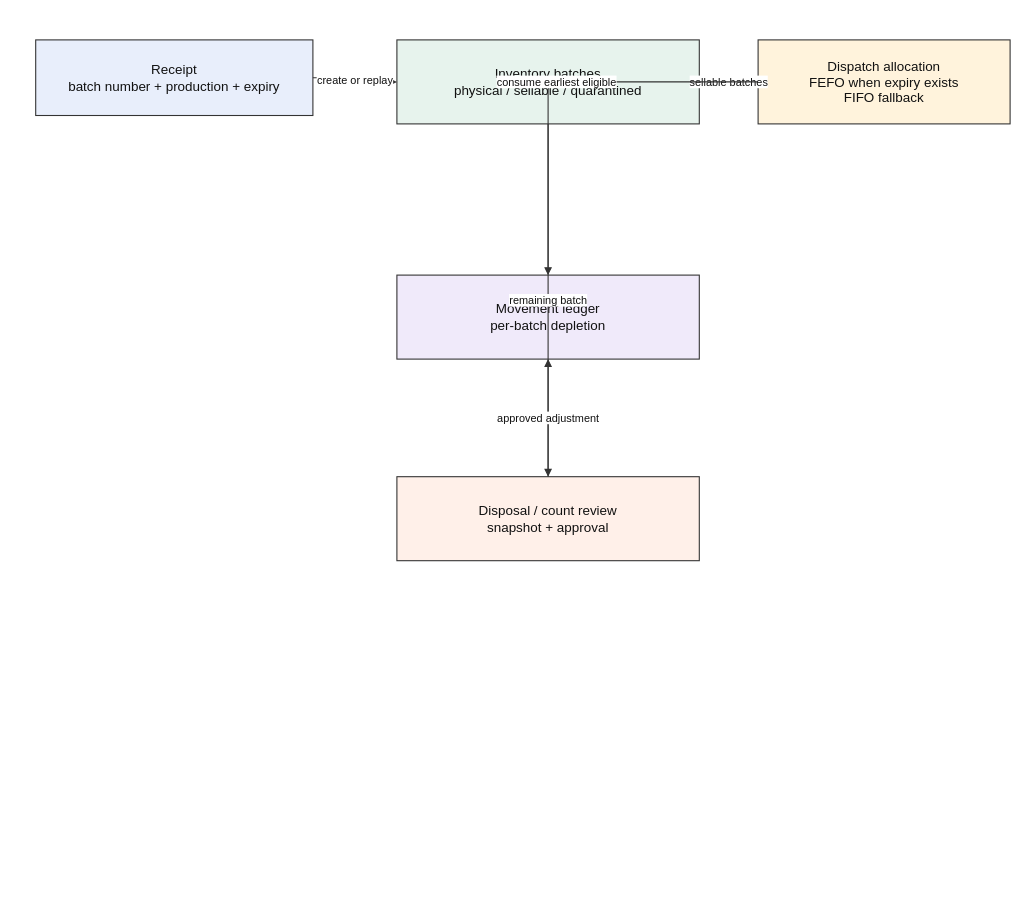
The draw.io diagram thesis/figure-assets/diagrams/27-batch-fefo.drawio in ZeroRegister/SupermarketsSystem, before the edit. Source tidied: cells renumbered, new cells numbered last; positions are measured from the earlier drawing's top-left corner, leaving out a move shared by most shapes. Both pictures are drawn from the tidied source at 84%, with x=0, y=0 at pixel (35, 39).
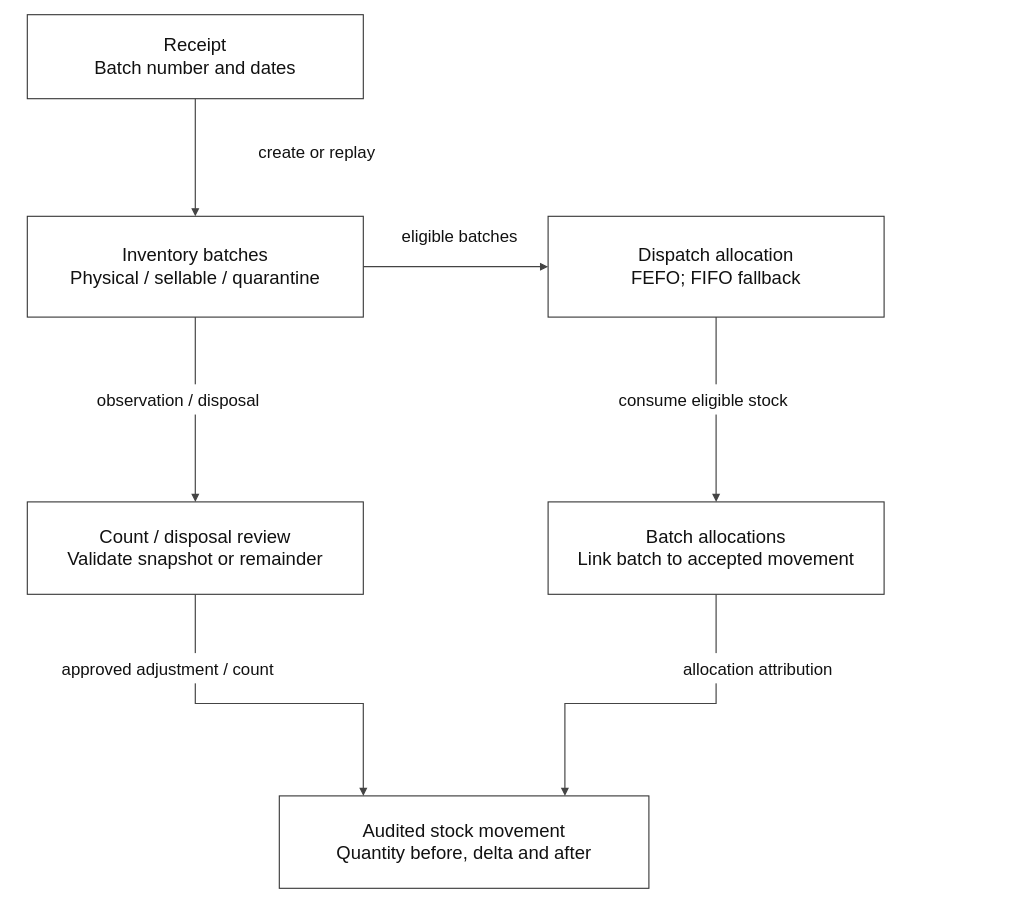
The same diagram, later.

Diff of the diagram source:
```diff
@@
-    <mxCell id="2" value="Receipt&#10;batch number + production + expiry" style="whiteSpace=wrap;html=1;fontFamily=Arial;fontSize=16;fontColor=#111111;strokeColor=#333333;strokeWidth=1.3;rounded=0;fillColor=#ffffff;fillColor=#e8eefb;" parent="1" vertex="1">
-      <mxGeometry width="330" height="90" as="geometry" />
+    <mxCell id="2" value="Receipt&#10;Batch number and dates" style="whiteSpace=wrap;html=1;fontFamily=Arial;fontSize=22;fontColor=#111111;strokeColor=#333333;strokeWidth=1.3;rounded=0;fillColor=#ffffff;fontSize=22;" parent="1" vertex="1">
+      <mxGeometry x="-10" y="-30" width="400" height="100" as="geometry" />
     </mxCell>
-    <mxCell id="3" value="Inventory batches&#10;physical / sellable / quarantined" style="whiteSpace=wrap;html=1;fontFamily=Arial;fontSize=16;fontColor=#111111;strokeColor=#333333;strokeWidth=1.3;rounded=0;fillColor=#ffffff;fillColor=#e7f3ed;" parent="1" vertex="1">
-      <mxGeometry x="430" width="360" height="100" as="geometry" />
+    <mxCell id="3" value="Inventory batches&#10;Physical / sellable / quarantine" style="whiteSpace=wrap;html=1;fontFamily=Arial;fontSize=22;fontColor=#111111;strokeColor=#333333;strokeWidth=1.3;rounded=0;fillColor=#ffffff;fontSize=22;" parent="1" vertex="1">
+      <mxGeometry x="-10" y="210" width="400" height="120" as="geometry" />
     </mxCell>
-    <mxCell id="4" value="Dispatch allocation&#10;FEFO when expiry exists&#10;FIFO fallback" style="whiteSpace=wrap;html=1;fontFamily=Arial;fontSize=16;fontColor=#111111;strokeColor=#333333;strokeWidth=1.3;rounded=0;fillColor=#ffffff;fillColor=#fff3dc;" parent="1" vertex="1">
-      <mxGeometry x="860" width="300" height="100" as="geometry" />
+    <mxCell id="4" value="Dispatch allocation&#10;FEFO; FIFO fallback" style="whiteSpace=wrap;html=1;fontFamily=Arial;fontSize=22;fontColor=#111111;strokeColor=#333333;strokeWidth=1.3;rounded=0;fillColor=#ffffff;fontSize=22;" parent="1" vertex="1">
+      <mxGeometry x="610" y="210" width="400" height="120" as="geometry" />
     </mxCell>
-    <mxCell id="5" value="Movement ledger&#10;per-batch depletion" style="whiteSpace=wrap;html=1;fontFamily=Arial;fontSize=16;fontColor=#111111;strokeColor=#333333;strokeWidth=1.3;rounded=0;fillColor=#ffffff;fillColor=#f0eafa;" parent="1" vertex="1">
-      <mxGeometry x="430" y="280" width="360" height="100" as="geometry" />
+    <mxCell id="5" value="Batch allocations&#10;Link batch to accepted movement" style="whiteSpace=wrap;html=1;fontFamily=Arial;fontSize=22;fontColor=#111111;strokeColor=#333333;strokeWidth=1.3;rounded=0;fillColor=#ffffff;fontSize=22;" parent="1" vertex="1">
+      <mxGeometry x="610" y="550" width="400" height="110" as="geometry" />
     </mxCell>
-    <mxCell id="6" value="Disposal / count review&#10;snapshot + approval" style="whiteSpace=wrap;html=1;fontFamily=Arial;fontSize=16;fontColor=#111111;strokeColor=#333333;strokeWidth=1.3;rounded=0;fillColor=#ffffff;fillColor=#fff0e9;" parent="1" vertex="1">
-      <mxGeometry x="430" y="520" width="360" height="100" as="geometry" />
+    <mxCell id="6" value="Count / disposal review&#10;Validate snapshot or remainder" style="whiteSpace=wrap;html=1;fontFamily=Arial;fontSize=22;fontColor=#111111;strokeColor=#333333;strokeWidth=1.3;rounded=0;fillColor=#ffffff;fontSize=22;" parent="1" vertex="1">
+      <mxGeometry x="-10" y="550" width="400" height="110" as="geometry" />
     </mxCell>
-    <mxCell id="7" value="create or replay" style="whiteSpace=wrap;html=1;fontFamily=Arial;fontSize=16;fontColor=#111111;strokeColor=#333333;strokeWidth=1.3;edgeStyle=orthogonalEdgeStyle;rounded=1;jettySize=auto;fontSize=13;whiteSpace=nowrap;labelBackgroundColor=#ffffff;endArrow=block;endFill=1;" parent="1" edge="1" source="2" target="3">
-      <mxGeometry relative="1" as="geometry" />
+    <mxCell id="7" value="Audited stock movement&#10;Quantity before, delta and after" style="whiteSpace=wrap;html=1;fontFamily=Arial;fontSize=22;fontColor=#111111;strokeColor=#333333;strokeWidth=1.3;rounded=0;fillColor=#ffffff;fontSize=22;" parent="1" vertex="1">
+      <mxGeometry x="290" y="900" width="440" height="110" as="geometry" />
     </mxCell>
-    <mxCell id="8" value="sellable batches" style="whiteSpace=wrap;html=1;fontFamily=Arial;fontSize=16;fontColor=#111111;strokeColor=#333333;strokeWidth=1.3;edgeStyle=orthogonalEdgeStyle;rounded=1;jettySize=auto;fontSize=13;whiteSpace=nowrap;labelBackgroundColor=#ffffff;endArrow=block;endFill=1;" parent="1" edge="1" source="3" target="4">
-      <mxGeometry relative="1" as="geometry" />
+    <mxCell id="8" style="html=1;rounded=0;strokeColor=#444444;strokeWidth=1.4;endArrow=block;endFill=1;" parent="1" edge="1">
+      <mxGeometry relative="1" as="geometry">
+        <mxPoint x="190" y="70" as="sourcePoint" />
+        <mxPoint x="190" y="210" as="targetPoint" />
+      </mxGeometry>
     </mxCell>
-    <mxCell id="9" value="consume earliest eligible" style="whiteSpace=wrap;html=1;fontFamily=Arial;fontSize=16;fontColor=#111111;strokeColor=#333333;strokeWidth=1.3;edgeStyle=orthogonalEdgeStyle;rounded=1;jettySize=auto;fontSize=13;whiteSpace=nowrap;labelBackgroundColor=#ffffff;endArrow=block;endFill=1;" parent="1" edge="1" source="4" target="5">
-      <mxGeometry relative="1" as="geometry" />
+    <mxCell id="9" value="create or replay" style="whiteSpace=wrap;html=1;fontFamily=Arial;fontSize=22;fontColor=#111111;strokeColor=#333333;strokeWidth=1.3;rounded=0;fillColor=#ffffff;strokeColor=none;fillColor=#ffffff;fontSize=20;fontSize=20;" parent="1" vertex="1">
+      <mxGeometry x="215" y="115" width="240" height="36" as="geometry" />
     </mxCell>
-    <mxCell id="10" value="remaining batch" style="whiteSpace=wrap;html=1;fontFamily=Arial;fontSize=16;fontColor=#111111;strokeColor=#333333;strokeWidth=1.3;edgeStyle=orthogonalEdgeStyle;rounded=1;jettySize=auto;fontSize=13;whiteSpace=nowrap;labelBackgroundColor=#ffffff;endArrow=block;endFill=1;" parent="1" edge="1" source="3" target="6">
-      <mxGeometry relative="1" as="geometry" />
+    <mxCell id="10" style="html=1;rounded=0;strokeColor=#444444;strokeWidth=1.4;endArrow=block;endFill=1;" parent="1" edge="1">
+      <mxGeometry relative="1" as="geometry">
+        <mxPoint x="390" y="270" as="sourcePoint" />
+        <mxPoint x="610" y="270" as="targetPoint" />
+      </mxGeometry>
     </mxCell>
-    <mxCell id="11" value="approved adjustment" style="whiteSpace=wrap;html=1;fontFamily=Arial;fontSize=16;fontColor=#111111;strokeColor=#333333;strokeWidth=1.3;edgeStyle=orthogonalEdgeStyle;rounded=1;jettySize=auto;fontSize=13;whiteSpace=nowrap;labelBackgroundColor=#ffffff;endArrow=block;endFill=1;" parent="1" edge="1" source="6" target="5">
-      <mxGeometry relative="1" as="geometry" />
+    <mxCell id="11" value="eligible batches" style="whiteSpace=wrap;html=1;fontFamily=Arial;fontSize=22;fontColor=#111111;strokeColor=#333333;strokeWidth=1.3;rounded=0;fillColor=#ffffff;strokeColor=none;fillColor=#ffffff;fontSize=20;fontSize=20;" parent="1" vertex="1">
+      <mxGeometry x="405" y="215" width="200" height="36" as="geometry" />
     </mxCell>
+    <mxCell id="12" style="html=1;rounded=0;strokeColor=#444444;strokeWidth=1.4;endArrow=block;endFill=1;" parent="1" edge="1">
+      <mxGeometry relative="1" as="geometry">
+        <mxPoint x="810" y="330" as="sourcePoint" />
+        <mxPoint x="810" y="550" as="targetPoint" />
+      </mxGeometry>
+    </mxCell>
+    <mxCell id="13" value="consume eligible stock" style="whiteSpace=wrap;html=1;fontFamily=Arial;fontSize=22;fontColor=#111111;strokeColor=#333333;strokeWidth=1.3;rounded=0;fillColor=#ffffff;strokeColor=none;fillColor=#ffffff;fontSize=20;fontSize=20;" parent="1" vertex="1">
+      <mxGeometry x="635" y="410" width="320" height="36" as="geometry" />
+    </mxCell>
+    <mxCell id="14" style="html=1;rounded=0;strokeColor=#444444;strokeWidth=1.4;endArrow=block;endFill=1;" parent="1" edge="1">
+      <mxGeometry relative="1" as="geometry">
+        <mxPoint x="190" y="330" as="sourcePoint" />
+        <mxPoint x="190" y="550" as="targetPoint" />
+      </mxGeometry>
+    </mxCell>
+    <mxCell id="15" value="observation / disposal" style="whiteSpace=wrap;html=1;fontFamily=Arial;fontSize=22;fontColor=#111111;strokeColor=#333333;strokeWidth=1.3;rounded=0;fillColor=#ffffff;strokeColor=none;fillColor=#ffffff;fontSize=20;fontSize=20;" parent="1" vertex="1">
+      <mxGeometry x="-5" y="410" width="350" height="36" as="geometry" />
+    </mxCell>
+    <mxCell id="16" style="html=1;rounded=0;strokeColor=#444444;strokeWidth=1.4;endArrow=block;endFill=1;" parent="1" edge="1">
+      <mxGeometry relative="1" as="geometry">
+        <mxPoint x="190" y="660" as="sourcePoint" />
+        <mxPoint x="390" y="900" as="targetPoint" />
+        <Array as="points">
+          <mxPoint x="190" y="790" />
+          <mxPoint x="390" y="790" />
+        </Array>
+      </mxGeometry>
+    </mxCell>
+    <mxCell id="17" value="approved adjustment / count" style="whiteSpace=wrap;html=1;fontFamily=Arial;fontSize=22;fontColor=#111111;strokeColor=#333333;strokeWidth=1.3;rounded=0;fillColor=#ffffff;strokeColor=none;fillColor=#ffffff;fontSize=20;fontSize=20;" parent="1" vertex="1">
+      <mxGeometry x="-25" y="730" width="365" height="36" as="geometry" />
+    </mxCell>
+    <mxCell id="18" style="html=1;rounded=0;strokeColor=#444444;strokeWidth=1.4;endArrow=block;endFill=1;" parent="1" edge="1">
+      <mxGeometry relative="1" as="geometry">
+        <mxPoint x="810" y="660" as="sourcePoint" />
+        <mxPoint x="630" y="900" as="targetPoint" />
+        <Array as="points">
+          <mxPoint x="810" y="790" />
+          <mxPoint x="630" y="790" />
+        </Array>
+      </mxGeometry>
+    </mxCell>
+    <mxCell id="19" value="allocation attribution" style="whiteSpace=wrap;html=1;fontFamily=Arial;fontSize=22;fontColor=#111111;strokeColor=#333333;strokeWidth=1.3;rounded=0;fillColor=#ffffff;strokeColor=none;fillColor=#ffffff;fontSize=20;fontSize=20;" parent="1" vertex="1">
+      <mxGeometry x="695" y="730" width="330" height="36" as="geometry" />
+    </mxCell>
```
